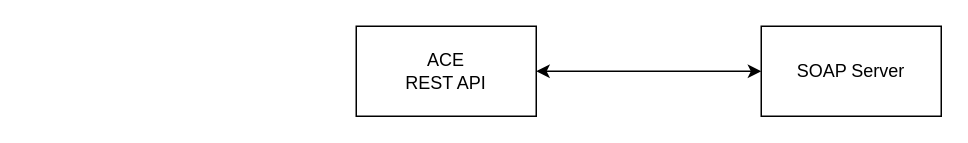
Earlier version of the draw.io diagram figures/ace-soapserver.drawio (bridgecrew-perf6/local-deployment). Source tidied: cells renumbered, new cells numbered last; positions are measured from the earlier drawing's top-left corner, leaving out a move shared by most shapes. Both pictures are drawn from the tidied source at 150%, with x=0, y=0 at pixel (356, 26).
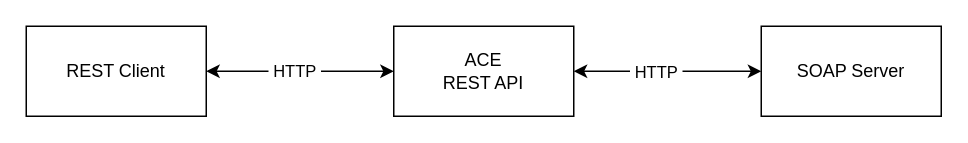
The same diagram, later.

Commit message:
Add client box

The edit, as a diff of the source:
```diff
@@
 <mxGraphModel>
   <root>
     <mxCell id="0" />
     <mxCell id="1" parent="0" />
     <mxCell id="2" style="edgeStyle=orthogonalEdgeStyle;rounded=0;jettySize=auto;html=1;entryX=0;entryY=0.5;entryDx=0;entryDy=0;startArrow=classic;startFill=1;" parent="1" edge="1" source="3" target="4">
       <mxGeometry relative="1" as="geometry" />
     </mxCell>
+    <mxCell id="5" value="&amp;nbsp;HTTP&amp;nbsp;" style="edgeLabel;html=1;align=center;verticalAlign=middle;" parent="2" vertex="1">
+      <mxGeometry x="-0.18" y="-2" relative="1" as="geometry">
+        <mxPoint x="3.9" y="-2" as="offset" />
+      </mxGeometry>
+    </mxCell>
     <mxCell id="3" value="ACE&lt;br&gt;REST API" style="rounded=0;whiteSpace=wrap;html=1;" parent="1" vertex="1">
-      <mxGeometry width="120" height="60" as="geometry" />
+      <mxGeometry x="25" width="120" height="60" as="geometry" />
     </mxCell>
     <mxCell id="4" value="SOAP Server" style="rounded=0;whiteSpace=wrap;html=1;" parent="1" vertex="1">
       <mxGeometry x="270" width="120" height="60" as="geometry" />
     </mxCell>
+    <mxCell id="6" style="edgeStyle=orthogonalEdgeStyle;rounded=0;jettySize=auto;html=1;entryX=0;entryY=0.5;entryDx=0;entryDy=0;startArrow=classic;startFill=1;" parent="1" edge="1" source="8" target="3">
+      <mxGeometry relative="1" as="geometry" />
+    </mxCell>
+    <mxCell id="7" value="&amp;nbsp;HTTP&amp;nbsp;" style="edgeLabel;html=1;align=center;verticalAlign=middle;" parent="6" vertex="1">
+      <mxGeometry x="-0.07" y="1" relative="1" as="geometry" />
+    </mxCell>
+    <mxCell id="8" value="REST Client" style="rounded=0;whiteSpace=wrap;html=1;" parent="1" vertex="1">
+      <mxGeometry x="-220" width="120" height="60" as="geometry" />
+    </mxCell>
   </root>
 </mxGraphModel>
```
